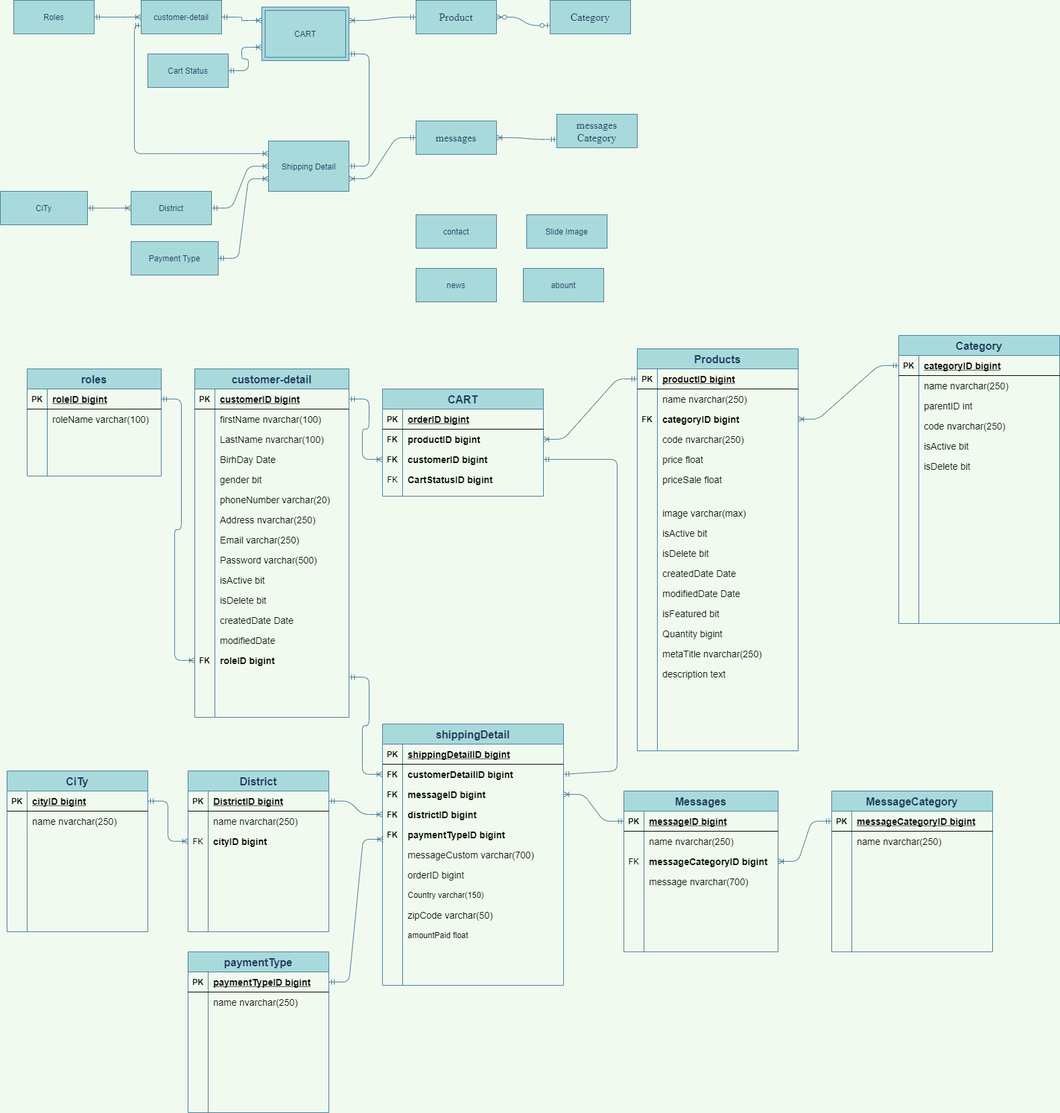
Before: Untitled Diagram.png, a diagram exported from draw.io (maialino123/Eproject-SEM3). Source tidied: cells renumbered, new cells last; positions are measured from the earlier drawing's top-left corner, leaving out a move shared by most shapes.
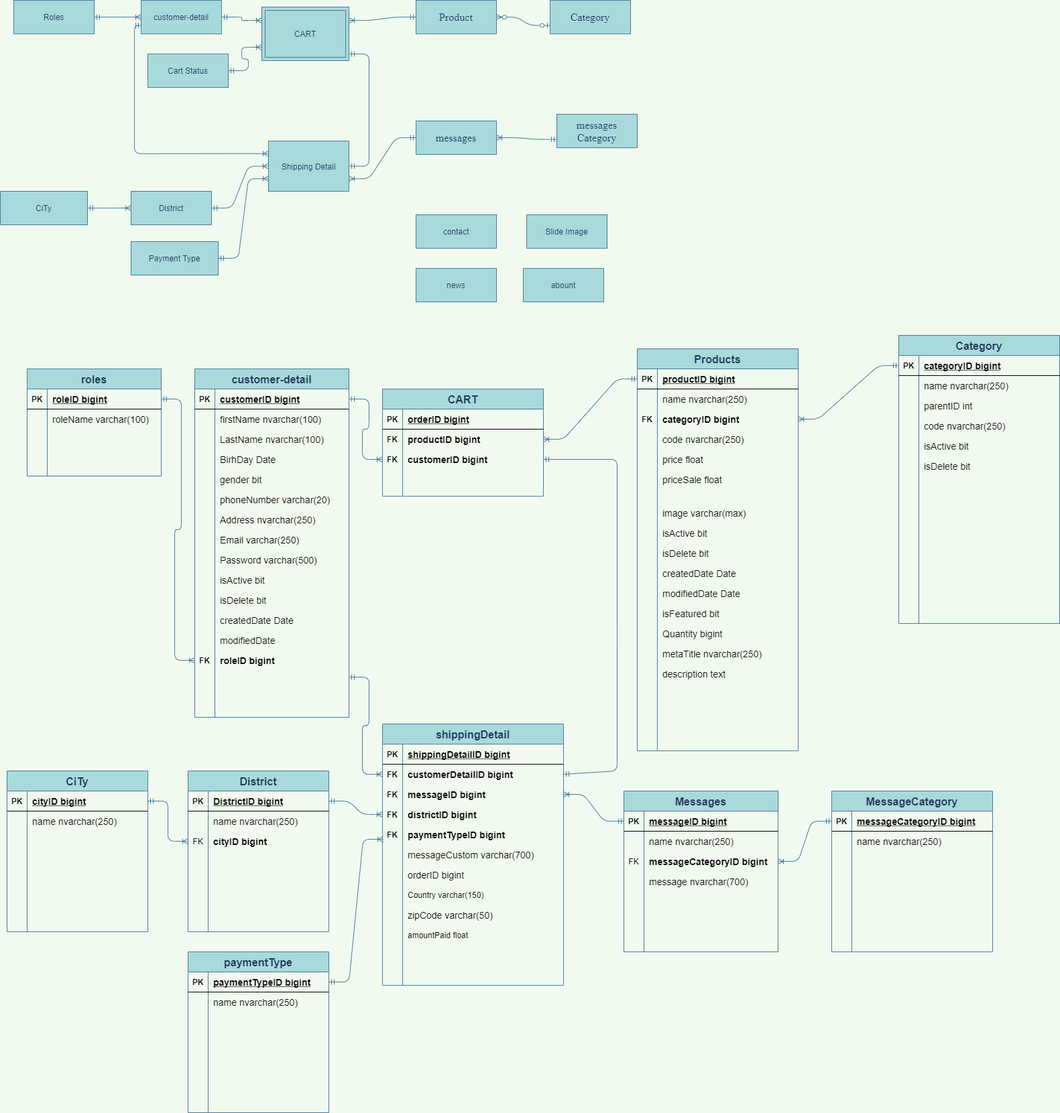
After the change.

Diff of the diagram source:
```diff
@@ -289,10 +289,10 @@
     <mxCell id="96" style="shape=partialRectangle;fillColor=none;top=0;left=0;bottom=0;right=0;" parent="86" vertex="1">
       <mxGeometry y="120" width="240" height="30" as="geometry" />
     </mxCell>
-    <mxCell id="97" value="FK" style="shape=partialRectangle;fillColor=none;top=0;left=0;bottom=0;right=0;overflow=hidden;" parent="96" vertex="1">
+    <mxCell id="97" style="shape=partialRectangle;fillColor=none;top=0;left=0;bottom=0;right=0;overflow=hidden;" parent="96" vertex="1">
       <mxGeometry width="30" height="30" as="geometry" />
     </mxCell>
-    <mxCell id="98" value="CartStatusID bigint" style="shape=partialRectangle;fillColor=none;top=0;left=0;bottom=0;right=0;align=left;spacingLeft=6;overflow=hidden;fontStyle=1;fontSize=14;" parent="96" vertex="1">
+    <mxCell id="98" style="shape=partialRectangle;fillColor=none;top=0;left=0;bottom=0;right=0;align=left;spacingLeft=6;overflow=hidden;fontStyle=1;fontSize=14;" parent="96" vertex="1">
       <mxGeometry x="30" width="210" height="30" as="geometry" />
     </mxCell>
     <mxCell id="99" style="edgeStyle=entityRelationEdgeStyle;fontSize=12;html=1;endArrow=ERoneToMany;startArrow=ERmandOne;fontColor=#1D3557;strokeColor=#457B9D;fillColor=#A8DADC;labelBackgroundColor=#F1FAEE;exitX=1;exitY=0.5;exitDx=0;exitDy=0;entryX=0;entryY=0.5;entryDx=0;entryDy=0;" parent="1" edge="1" source="43" target="93">
```
